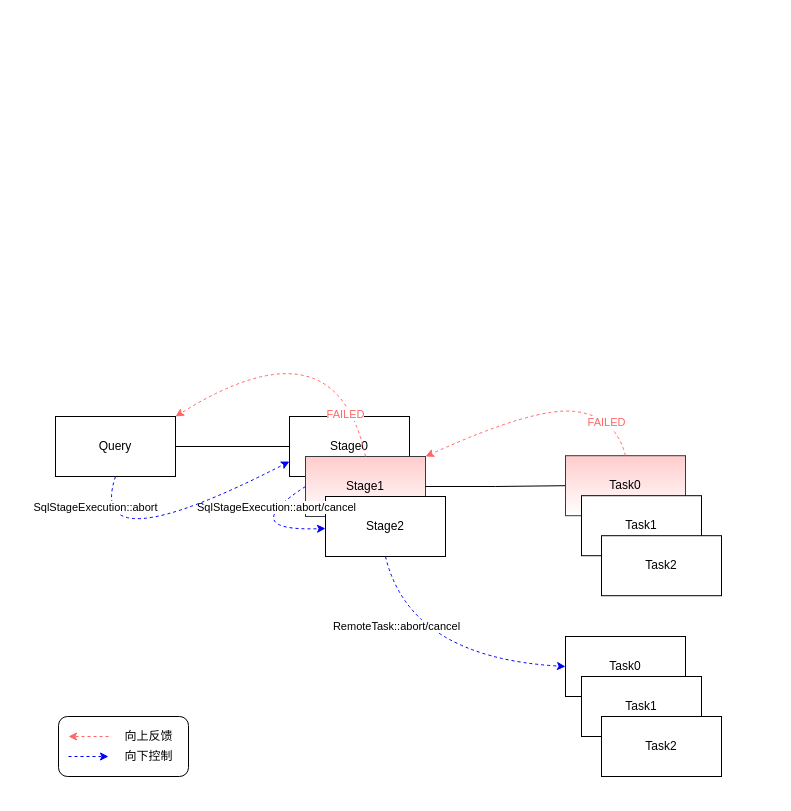
guhanjie/draws keeps this draw.io diagram as page "StateMachine" (6 of 6) of presto.drawio. Above is the earlier version. Source tidied: cells renumbered, new cells numbered last; positions are measured from the earlier drawing's top-left corner, leaving out a move shared by most shapes. Both pictures are drawn from the tidied source at 100%, with x=0, y=0 at pixel (55, 316).
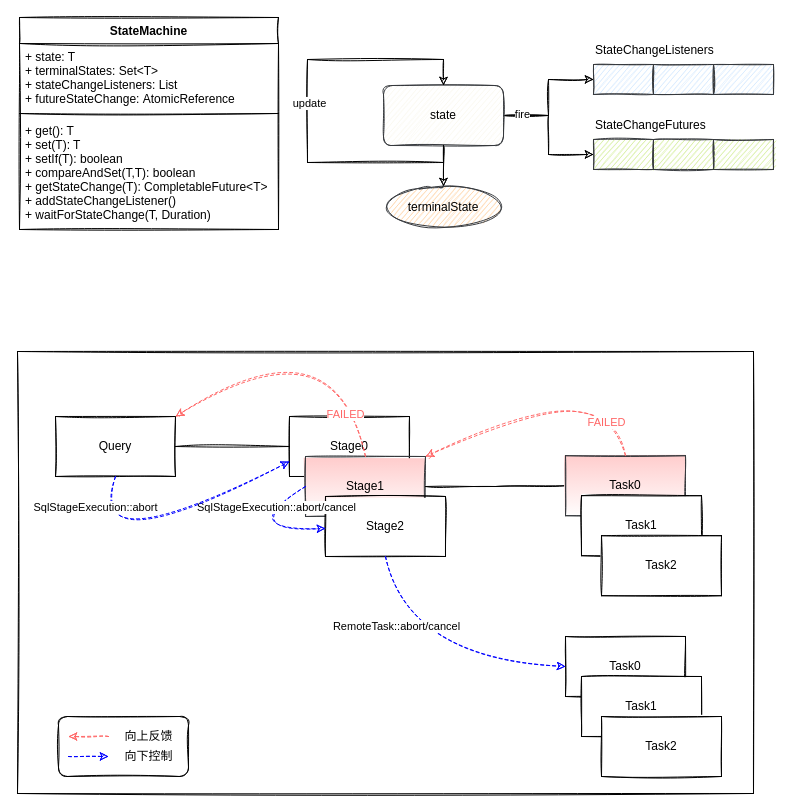
After the change.

Change to the diagram source:
```diff
@@
+    <mxCell id="30" style="rounded=0;whiteSpace=wrap;html=1;fillColor=none;sketch=1;" parent="1" vertex="1">
+      <mxGeometry x="-38" y="35" width="736" height="442" as="geometry" />
+    </mxCell>
-    <mxCell id="2" style="edgeStyle=orthogonalEdgeStyle;rounded=0;jettySize=auto;html=1;exitX=1;exitY=0.5;exitDx=0;exitDy=0;endArrow=none;endFill=0;" parent="1" edge="1" source="3" target="4">
+    <mxCell id="2" style="edgeStyle=orthogonalEdgeStyle;rounded=0;jettySize=auto;html=1;exitX=1;exitY=0.5;exitDx=0;exitDy=0;endArrow=none;endFill=0;sketch=1;" parent="1" edge="1" source="3" target="4">
       <mxGeometry relative="1" as="geometry" />
     </mxCell>
-    <mxCell id="3" value="Query" style="rounded=0;whiteSpace=wrap;html=1;" parent="1" vertex="1">
+    <mxCell id="3" value="Query" style="rounded=0;whiteSpace=wrap;html=1;sketch=1;" parent="1" vertex="1">
       <mxGeometry y="100" width="120" height="60" as="geometry" />
     </mxCell>
-    <mxCell id="4" value="Stage0" style="rounded=0;whiteSpace=wrap;html=1;" parent="1" vertex="1">
+    <mxCell id="4" value="Stage0" style="rounded=0;whiteSpace=wrap;html=1;sketch=1;" parent="1" vertex="1">
       <mxGeometry x="234" y="100" width="120" height="60" as="geometry" />
     </mxCell>
-    <mxCell id="5" value="Stage1" style="rounded=0;whiteSpace=wrap;html=1;fillColor=#ffcccc;strokeColor=#36393d;gradientColor=#ffffff;" parent="1" vertex="1">
+    <mxCell id="5" value="Stage1" style="rounded=0;whiteSpace=wrap;html=1;fillColor=#ffcccc;strokeColor=#36393d;gradientColor=#ffffff;sketch=1;" parent="1" vertex="1">
       <mxGeometry x="250" y="140" width="120" height="60" as="geometry" />
     </mxCell>
-    <mxCell id="6" style="edgeStyle=orthogonalEdgeStyle;rounded=0;jettySize=auto;html=1;exitX=1;exitY=0.5;exitDx=0;exitDy=0;entryX=0;entryY=0.5;entryDx=0;entryDy=0;endArrow=none;endFill=0;" parent="1" edge="1" source="5" target="8">
+    <mxCell id="6" style="edgeStyle=orthogonalEdgeStyle;rounded=0;jettySize=auto;html=1;exitX=1;exitY=0.5;exitDx=0;exitDy=0;entryX=0;entryY=0.5;entryDx=0;entryDy=0;endArrow=none;endFill=0;sketch=1;" parent="1" edge="1" source="5" target="8">
       <mxGeometry relative="1" as="geometry" />
     </mxCell>
-    <mxCell id="7" value="Stage2" style="rounded=0;whiteSpace=wrap;html=1;" parent="1" vertex="1">
+    <mxCell id="7" value="Stage2" style="rounded=0;whiteSpace=wrap;html=1;sketch=1;" parent="1" vertex="1">
       <mxGeometry x="270" y="180" width="120" height="60" as="geometry" />
     </mxCell>
-    <mxCell id="8" value="Task0" style="rounded=0;whiteSpace=wrap;html=1;fillColor=#ffcccc;strokeColor=#36393d;gradientColor=#ffffff;" parent="1" vertex="1">
+    <mxCell id="8" value="Task0" style="rounded=0;whiteSpace=wrap;html=1;fillColor=#ffcccc;strokeColor=#36393d;gradientColor=#ffffff;sketch=1;" parent="1" vertex="1">
       <mxGeometry x="510" y="139.2" width="120" height="60" as="geometry" />
     </mxCell>
-    <mxCell id="9" value="Task1" style="rounded=0;whiteSpace=wrap;html=1;" parent="1" vertex="1">
+    <mxCell id="9" value="Task1" style="rounded=0;whiteSpace=wrap;html=1;sketch=1;" parent="1" vertex="1">
       <mxGeometry x="526" y="179.2" width="120" height="60" as="geometry" />
     </mxCell>
-    <mxCell id="10" value="Task2" style="rounded=0;whiteSpace=wrap;html=1;" parent="1" vertex="1">
+    <mxCell id="10" value="Task2" style="rounded=0;whiteSpace=wrap;html=1;sketch=1;" parent="1" vertex="1">
       <mxGeometry x="546" y="219.2" width="120" height="60" as="geometry" />
     </mxCell>
-    <mxCell id="11" style="curved=1;endArrow=classic;html=1;exitX=0.5;exitY=0;exitDx=0;exitDy=0;entryX=1;entryY=0;entryDx=0;entryDy=0;dashed=1;fillColor=#ffcccc;strokeColor=#FF6666;" parent="1" edge="1" source="8" target="5">
+    <mxCell id="11" style="curved=1;endArrow=classic;html=1;exitX=0.5;exitY=0;exitDx=0;exitDy=0;entryX=1;entryY=0;entryDx=0;entryDy=0;dashed=1;fillColor=#ffcccc;strokeColor=#FF6666;sketch=1;" parent="1" edge="1" source="8" target="5">
       <mxGeometry relative="1" as="geometry">
         <Array as="points">
           <mxPoint x="560" y="100" />
           <mxPoint x="480" y="90" />
         </Array>
       </mxGeometry>
     </mxCell>
-    <mxCell id="12" value="&lt;font color=&quot;#ff6666&quot;&gt;FAILED&lt;/font&gt;" style="edgeLabel;html=1;align=center;verticalAlign=middle;" parent="11" vertex="1">
+    <mxCell id="12" value="&lt;font color=&quot;#ff6666&quot;&gt;FAILED&lt;/font&gt;" style="edgeLabel;html=1;align=center;verticalAlign=middle;sketch=1;" parent="11" vertex="1">
       <mxGeometry x="-0.8" y="-1" relative="1" as="geometry">
         <mxPoint x="-15" y="-10" as="offset" />
       </mxGeometry>
     </mxCell>
-    <mxCell id="13" style="curved=1;endArrow=classic;html=1;exitX=0.5;exitY=0;exitDx=0;exitDy=0;entryX=1;entryY=0;entryDx=0;entryDy=0;dashed=1;fillColor=#ffcccc;strokeColor=#FF6666;" parent="1" edge="1" source="5" target="3">
+    <mxCell id="13" style="curved=1;endArrow=classic;html=1;exitX=0.5;exitY=0;exitDx=0;exitDy=0;entryX=1;entryY=0;entryDx=0;entryDy=0;dashed=1;fillColor=#ffcccc;strokeColor=#FF6666;sketch=1;" parent="1" edge="1" source="5" target="3">
       <mxGeometry relative="1" as="geometry">
         <Array as="points">
           <mxPoint x="280" />
         </Array>
       </mxGeometry>
     </mxCell>
-    <mxCell id="14" value="&lt;font color=&quot;#ff6666&quot;&gt;FAILED&lt;/font&gt;" style="edgeLabel;html=1;align=center;verticalAlign=middle;" parent="13" vertex="1">
+    <mxCell id="14" value="&lt;font color=&quot;#ff6666&quot;&gt;FAILED&lt;/font&gt;" style="edgeLabel;html=1;align=center;verticalAlign=middle;sketch=1;" parent="13" vertex="1">
       <mxGeometry x="-0.8" y="-1" relative="1" as="geometry">
         <mxPoint x="-15" y="-10" as="offset" />
       </mxGeometry>
     </mxCell>
-    <mxCell id="15" style="curved=1;endArrow=classic;html=1;exitX=0;exitY=0.5;exitDx=0;exitDy=0;dashed=1;strokeColor=#0000FF;" parent="1" edge="1" source="5" target="7">
+    <mxCell id="15" style="curved=1;endArrow=classic;html=1;exitX=0;exitY=0.5;exitDx=0;exitDy=0;dashed=1;strokeColor=#0000FF;sketch=1;" parent="1" edge="1" source="5" target="7">
       <mxGeometry relative="1" as="geometry">
         <Array as="points">
           <mxPoint x="180" y="215" />
         </Array>
       </mxGeometry>
     </mxCell>
-    <mxCell id="16" value="SqlStageExecution::abort/cancel" style="edgeLabel;html=1;align=center;verticalAlign=middle;" parent="15" vertex="1">
+    <mxCell id="16" value="SqlStageExecution::abort/cancel" style="edgeLabel;html=1;align=center;verticalAlign=middle;sketch=1;" parent="15" vertex="1">
       <mxGeometry x="-0.8" y="-1" relative="1" as="geometry">
         <mxPoint x="-15" y="12" as="offset" />
       </mxGeometry>
     </mxCell>
-    <mxCell id="17" style="curved=1;endArrow=classic;html=1;exitX=0.5;exitY=1;exitDx=0;exitDy=0;dashed=1;entryX=0;entryY=0.5;entryDx=0;entryDy=0;strokeColor=#0000FF;" parent="1" edge="1" source="7" target="19">
-      <mxGeometry relative="1" as="geometry">
-        <Array as="points">
-          <mxPoint x="354" y="341" />
-        </Array>
-      </mxGeometry>
-    </mxCell>
-    <mxCell id="18" value="RemoteTask::abort/cancel" style="edgeLabel;html=1;align=center;verticalAlign=middle;" parent="17" vertex="1">
-      <mxGeometry x="-0.8" y="-1" relative="1" as="geometry">
-        <mxPoint x="5" y="44" as="offset" />
-      </mxGeometry>
-    </mxCell>
-    <mxCell id="19" value="Task0" style="rounded=0;whiteSpace=wrap;html=1;" parent="1" vertex="1">
+    <mxCell id="19" value="Task0" style="rounded=0;whiteSpace=wrap;html=1;sketch=1;" parent="1" vertex="1">
       <mxGeometry x="510" y="320" width="120" height="60" as="geometry" />
     </mxCell>
-    <mxCell id="20" value="Task1" style="rounded=0;whiteSpace=wrap;html=1;" parent="1" vertex="1">
+    <mxCell id="20" value="Task1" style="rounded=0;whiteSpace=wrap;html=1;sketch=1;" parent="1" vertex="1">
       <mxGeometry x="526" y="360" width="120" height="60" as="geometry" />
     </mxCell>
-    <mxCell id="21" value="Task2" style="rounded=0;whiteSpace=wrap;html=1;" parent="1" vertex="1">
+    <mxCell id="21" value="Task2" style="rounded=0;whiteSpace=wrap;html=1;sketch=1;" parent="1" vertex="1">
       <mxGeometry x="546" y="400" width="120" height="60" as="geometry" />
     </mxCell>
-    <mxCell id="22" style="curved=1;endArrow=classic;html=1;exitX=0.5;exitY=1;exitDx=0;exitDy=0;dashed=1;entryX=0;entryY=0.75;entryDx=0;entryDy=0;strokeColor=#0000FF;" parent="1" edge="1" source="3" target="4">
+    <mxCell id="22" style="curved=1;endArrow=classic;html=1;exitX=0.5;exitY=1;exitDx=0;exitDy=0;dashed=1;entryX=0;entryY=0.75;entryDx=0;entryDy=0;strokeColor=#0000FF;sketch=1;" parent="1" edge="1" source="3" target="4">
       <mxGeometry relative="1" as="geometry">
         <Array as="points">
           <mxPoint x="30" y="250" />
         </Array>
       </mxGeometry>
     </mxCell>
-    <mxCell id="23" value="SqlStageExecution::abort" style="edgeLabel;html=1;align=center;verticalAlign=middle;" parent="22" vertex="1">
+    <mxCell id="23" value="SqlStageExecution::abort" style="edgeLabel;html=1;align=center;verticalAlign=middle;sketch=1;" parent="22" vertex="1">
       <mxGeometry x="-0.8" y="-1" relative="1" as="geometry">
         <mxPoint x="-9" as="offset" />
       </mxGeometry>
     </mxCell>
-    <mxCell id="24" style="group;" parent="1" vertex="1">
+    <mxCell id="24" style="group;sketch=1;" parent="1" vertex="1">
       <mxGeometry x="3" y="400" width="130" height="60" as="geometry" />
     </mxCell>
-    <mxCell id="25" style="rounded=1;whiteSpace=wrap;html=1;gradientColor=#ffffff;" parent="24" vertex="1">
+    <mxCell id="25" style="rounded=1;whiteSpace=wrap;html=1;gradientColor=#ffffff;sketch=1;" parent="24" vertex="1">
       <mxGeometry width="130" height="60" as="geometry" />
     </mxCell>
-    <mxCell id="26" style="endArrow=classic;html=1;dashed=1;strokeColor=#0000FF;" parent="24" edge="1">
+    <mxCell id="26" style="endArrow=classic;html=1;dashed=1;strokeColor=#0000FF;sketch=1;" parent="24" edge="1">
       <mxGeometry relative="1" as="geometry">
         <mxPoint x="10" y="40" as="sourcePoint" />
         <mxPoint x="50" y="40" as="targetPoint" />
       </mxGeometry>
     </mxCell>
-    <mxCell id="27" value="向下控制" style="text;html=1;align=center;verticalAlign=middle;strokeColor=none;" parent="24" vertex="1">
+    <mxCell id="27" value="向下控制" style="text;html=1;align=center;verticalAlign=middle;strokeColor=none;sketch=1;" parent="24" vertex="1">
       <mxGeometry x="60" y="30" width="60" height="20" as="geometry" />
     </mxCell>
-    <mxCell id="28" style="endArrow=classic;html=1;dashed=1;strokeColor=#FF6666;" parent="24" edge="1">
+    <mxCell id="28" style="endArrow=classic;html=1;dashed=1;strokeColor=#FF6666;sketch=1;" parent="24" edge="1">
       <mxGeometry relative="1" as="geometry">
         <mxPoint x="50" y="20" as="sourcePoint" />
         <mxPoint x="10" y="20" as="targetPoint" />
       </mxGeometry>
     </mxCell>
-    <mxCell id="29" value="向上反馈" style="text;html=1;align=center;verticalAlign=middle;strokeColor=none;" parent="24" vertex="1">
+    <mxCell id="29" value="向上反馈" style="text;html=1;align=center;verticalAlign=middle;strokeColor=none;sketch=1;" parent="24" vertex="1">
       <mxGeometry x="60" y="10" width="60" height="20" as="geometry" />
     </mxCell>
+    <mxCell id="17" style="curved=1;endArrow=classic;html=1;exitX=0.5;exitY=1;exitDx=0;exitDy=0;dashed=1;entryX=0;entryY=0.5;entryDx=0;entryDy=0;strokeColor=#0000FF;sketch=1;" parent="1" edge="1" source="7" target="19">
+      <mxGeometry relative="1" as="geometry">
+        <Array as="points">
+          <mxPoint x="354" y="341" />
+        </Array>
+      </mxGeometry>
+    </mxCell>
+    <mxCell id="18" value="RemoteTask::abort/cancel" style="edgeLabel;html=1;align=center;verticalAlign=middle;sketch=1;" parent="17" vertex="1">
+      <mxGeometry x="-0.8" y="-1" relative="1" as="geometry">
+        <mxPoint x="5" y="44" as="offset" />
+      </mxGeometry>
+    </mxCell>
+    <mxCell id="31" value="StateMachine" style="swimlane;fontStyle=1;align=center;verticalAlign=top;horizontal=1;startSize=26;sketch=1;" parent="1" vertex="1">
+      <mxGeometry x="-36" y="-299" width="259" height="212" as="geometry" />
+    </mxCell>
+    <mxCell id="32" value="+ state: T&#10;+ terminalStates: Set&lt;T&gt;&#10;+ stateChangeListeners: List&#10;+ futureStateChange: AtomicReference" style="text;strokeColor=none;fillColor=none;align=left;verticalAlign=top;spacingLeft=4;spacingRight=4;overflow=hidden;sketch=1;" parent="31" vertex="1">
+      <mxGeometry y="26" width="259" height="66" as="geometry" />
+    </mxCell>
+    <mxCell id="33" style="line;strokeWidth=1;fillColor=none;align=left;verticalAlign=middle;spacingTop=-1;spacingLeft=3;spacingRight=3;labelPosition=right;sketch=1;" parent="31" vertex="1">
+      <mxGeometry y="92" width="259" height="8" as="geometry" />
+    </mxCell>
+    <mxCell id="34" value="+ get(): T&#10;+ set(T): T&#10;+ setIf(T): boolean&#10;+ compareAndSet(T,T): boolean&#10;+ getStateChange(T): CompletableFuture&lt;T&gt;&#10;+ addStateChangeListener()&#10;+ waitForStateChange(T, Duration)&#10;" style="text;strokeColor=none;fillColor=none;align=left;verticalAlign=top;spacingLeft=4;spacingRight=4;overflow=hidden;sketch=1;" parent="31" vertex="1">
+      <mxGeometry y="100" width="259" height="112" as="geometry" />
+    </mxCell>
+    <mxCell id="35" style="edgeStyle=orthogonalEdgeStyle;jettySize=auto;html=1;exitX=1;exitY=0.5;exitDx=0;exitDy=0;entryX=0;entryY=0.5;entryDx=0;entryDy=0;rounded=0;sketch=1;" parent="1" edge="1" source="39" target="40">
+      <mxGeometry relative="1" as="geometry" />
+    </mxCell>
+    <mxCell id="36" style="edgeStyle=orthogonalEdgeStyle;jettySize=auto;html=1;exitX=1;exitY=0.5;exitDx=0;exitDy=0;entryX=0;entryY=0.5;entryDx=0;entryDy=0;rounded=0;sketch=1;" parent="1" edge="1" source="39" target="43">
+      <mxGeometry relative="1" as="geometry" />
+    </mxCell>
+    <mxCell id="37" value="fire" style="edgeLabel;html=1;align=center;verticalAlign=middle;sketch=1;" parent="36" vertex="1">
+      <mxGeometry x="-0.85" y="1" relative="1" as="geometry">
+        <mxPoint x="8" y="-1" as="offset" />
+      </mxGeometry>
+    </mxCell>
+    <mxCell id="38" style="edgeStyle=orthogonalEdgeStyle;rounded=0;jettySize=auto;html=1;exitX=0.5;exitY=1;exitDx=0;exitDy=0;strokeColor=#000000;sketch=1;" parent="1" edge="1" source="39" target="50">
+      <mxGeometry relative="1" as="geometry" />
+    </mxCell>
+    <mxCell id="39" value="state" style="rounded=1;whiteSpace=wrap;html=1;fillColor=#f9f7ed;strokeColor=#36393d;sketch=1;" parent="1" vertex="1">
+      <mxGeometry x="328" y="-231" width="120" height="60" as="geometry" />
+    </mxCell>
+    <mxCell id="40" style="rounded=0;whiteSpace=wrap;html=1;fillColor=#cce5ff;strokeColor=#36393d;sketch=1;" parent="1" vertex="1">
+      <mxGeometry x="538" y="-252" width="60" height="30" as="geometry" />
+    </mxCell>
+    <mxCell id="41" style="rounded=0;whiteSpace=wrap;html=1;fillColor=#cce5ff;strokeColor=#36393d;sketch=1;" parent="1" vertex="1">
+      <mxGeometry x="598" y="-252" width="60" height="30" as="geometry" />
+    </mxCell>
+    <mxCell id="42" style="rounded=0;whiteSpace=wrap;html=1;fillColor=#cce5ff;strokeColor=#36393d;sketch=1;" parent="1" vertex="1">
+      <mxGeometry x="658" y="-252" width="60" height="30" as="geometry" />
+    </mxCell>
+    <mxCell id="43" style="rounded=0;whiteSpace=wrap;html=1;fillColor=#cdeb8b;strokeColor=#36393d;sketch=1;" parent="1" vertex="1">
+      <mxGeometry x="538" y="-177" width="60" height="30" as="geometry" />
+    </mxCell>
+    <mxCell id="44" style="rounded=0;whiteSpace=wrap;html=1;fillColor=#cdeb8b;strokeColor=#36393d;sketch=1;" parent="1" vertex="1">
+      <mxGeometry x="598" y="-177" width="60" height="30" as="geometry" />
+    </mxCell>
+    <mxCell id="45" style="rounded=0;whiteSpace=wrap;html=1;fillColor=#cdeb8b;strokeColor=#36393d;sketch=1;" parent="1" vertex="1">
+      <mxGeometry x="658" y="-177" width="60" height="30" as="geometry" />
+    </mxCell>
+    <mxCell id="46" value="StateChangeListeners" style="text;whiteSpace=wrap;html=1;sketch=1;" parent="1" vertex="1">
+      <mxGeometry x="538" y="-280" width="133" height="28" as="geometry" />
+    </mxCell>
+    <mxCell id="47" value="StateChangeFutures" style="text;whiteSpace=wrap;html=1;sketch=1;" parent="1" vertex="1">
+      <mxGeometry x="538" y="-205" width="133" height="28" as="geometry" />
+    </mxCell>
+    <mxCell id="48" style="edgeStyle=orthogonalEdgeStyle;orthogonalLoop=1;jettySize=auto;html=1;exitX=0.5;exitY=1;exitDx=0;exitDy=0;entryX=0.5;entryY=0;entryDx=0;entryDy=0;rounded=0;sketch=1;" parent="1" edge="1" source="39" target="39">
+      <mxGeometry relative="1" as="geometry">
+        <Array as="points">
+          <mxPoint x="388" y="-154" />
+          <mxPoint x="252" y="-154" />
+          <mxPoint x="252" y="-257" />
+          <mxPoint x="388" y="-257" />
+        </Array>
+      </mxGeometry>
+    </mxCell>
+    <mxCell id="49" value="update" style="edgeLabel;html=1;align=center;verticalAlign=middle;sketch=1;" parent="48" vertex="1">
+      <mxGeometry x="0.02" y="-1" relative="1" as="geometry" />
+    </mxCell>
+    <mxCell id="50" value="terminalState" style="ellipse;whiteSpace=wrap;html=1;fillColor=#ffcc99;strokeColor=#36393d;sketch=1;" parent="1" vertex="1">
+      <mxGeometry x="328" y="-130" width="120" height="41" as="geometry" />
+    </mxCell>
```
